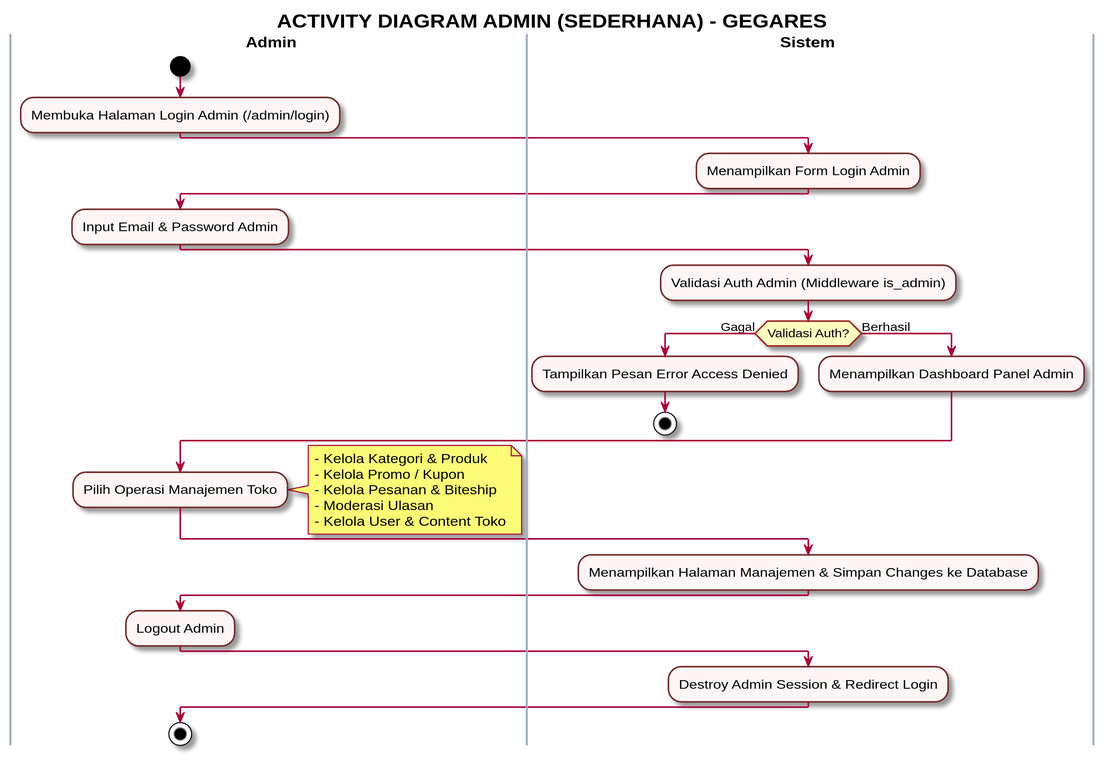
Above: activity_diagram_admin.svg in greedykid/gegares_toko (PlantUML), before the change.
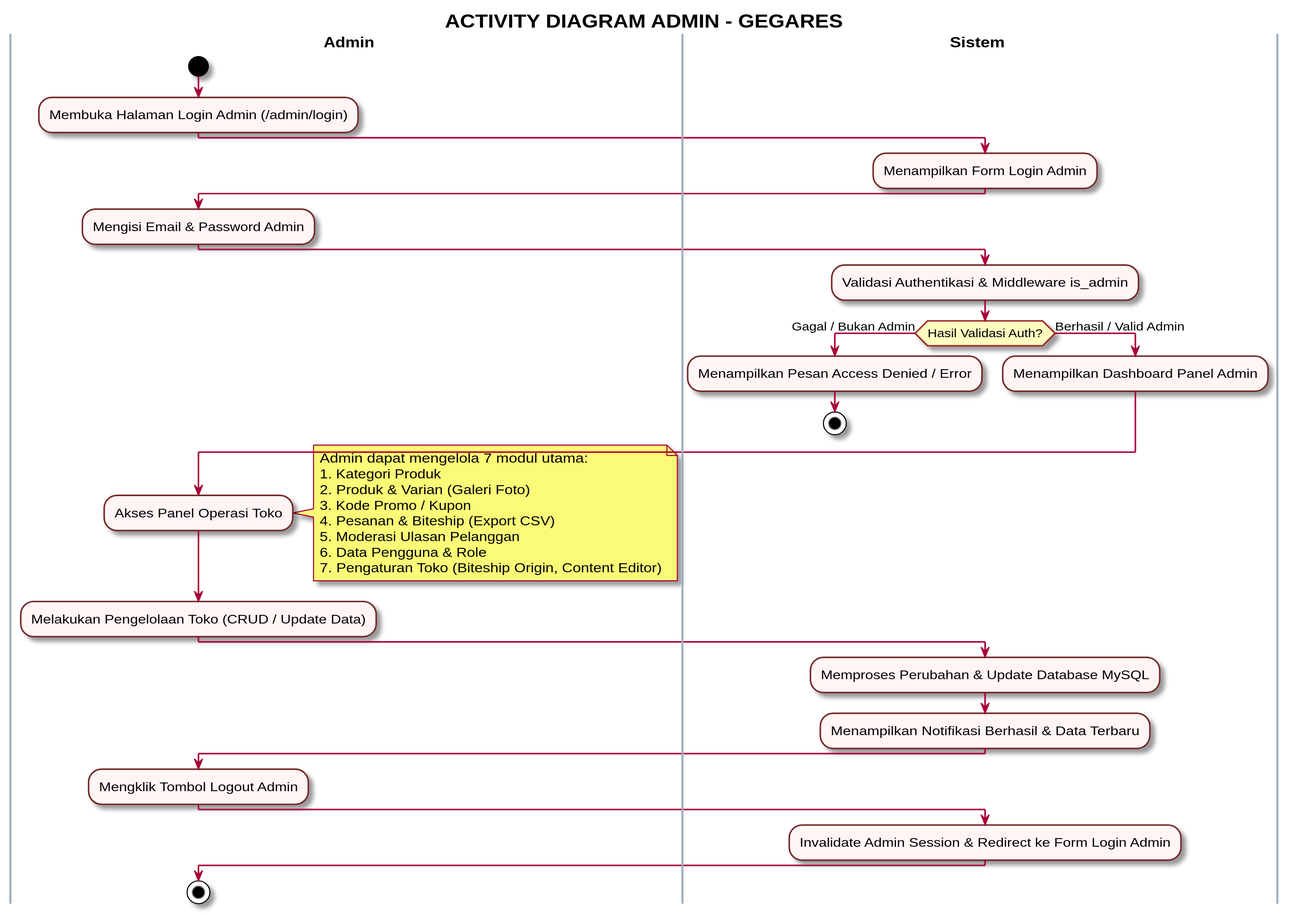
The same diagram one commit later.

Commit message:
docs(diagram): update activity diagrams to balanced standard UML with complete business features

Change to the diagram source:
```diff
@@ -9,9 +9,9 @@
 skinparam SwimlaneTitleFontSize 14
 skinparam SwimlaneTitleFontStyle bold
 skinparam SwimlaneBorderColor #A0AEC0
-skinparam SwimlaneWidth 260
+skinparam SwimlaneWidth 300
 
-title **ACTIVITY DIAGRAM ADMIN (SEDERHANA) - GEGARES**
+title **ACTIVITY DIAGRAM ADMIN - GEGARES**
 
 |Admin|
 start
@@ -21,35 +21,42 @@
 :Menampilkan Form Login Admin;
 
 |Admin|
-:Input Email & Password Admin;
+:Mengisi Email & Password Admin;
 
 |Sistem|
-:Validasi Auth Admin (Middleware is_admin);
-if (Validasi Auth?) then (Gagal)
-  :Tampilkan Pesan Error Access Denied;
+:Validasi Authentikasi & Middleware is_admin;
+if (Hasil Validasi Auth?) then (Gagal / Bukan Admin)
+  :Menampilkan Pesan Access Denied / Error;
   stop
-else (Berhasil)
+else (Berhasil / Valid Admin)
   :Menampilkan Dashboard Panel Admin;
 endif
 
 |Admin|
-:Pilih Operasi Manajemen Toko;
+:Akses Panel Operasi Toko;
 note right
-  - Kelola Kategori & Produk
-  - Kelola Promo / Kupon
-  - Kelola Pesanan & Biteship
-  - Moderasi Ulasan
-  - Kelola User & Content Toko
+  Admin dapat mengelola 7 modul utama:
+  1. Kategori Produk
+  2. Produk & Varian (Galeri Foto)
+  3. Kode Promo / Kupon
+  4. Pesanan & Biteship (Export CSV)
+  5. Moderasi Ulasan Pelanggan
+  6. Data Pengguna & Role
+  7. Pengaturan Toko (Biteship Origin, Content Editor)
 end note
 
+|Admin|
+:Melakukan Pengelolaan Toko (CRUD / Update Data);
+
 |Sistem|
-:Menampilkan Halaman Manajemen & Simpan Changes ke Database;
+:Memproses Perubahan & Update Database MySQL;
+:Menampilkan Notifikasi Berhasil & Data Terbaru;
 
 |Admin|
-:Logout Admin;
+:Mengklik Tombol Logout Admin;
 
 |Sistem|
-:Destroy Admin Session & Redirect Login;
+:Invalidate Admin Session & Redirect ke Form Login Admin;
 
 |Admin|
 stop
```
